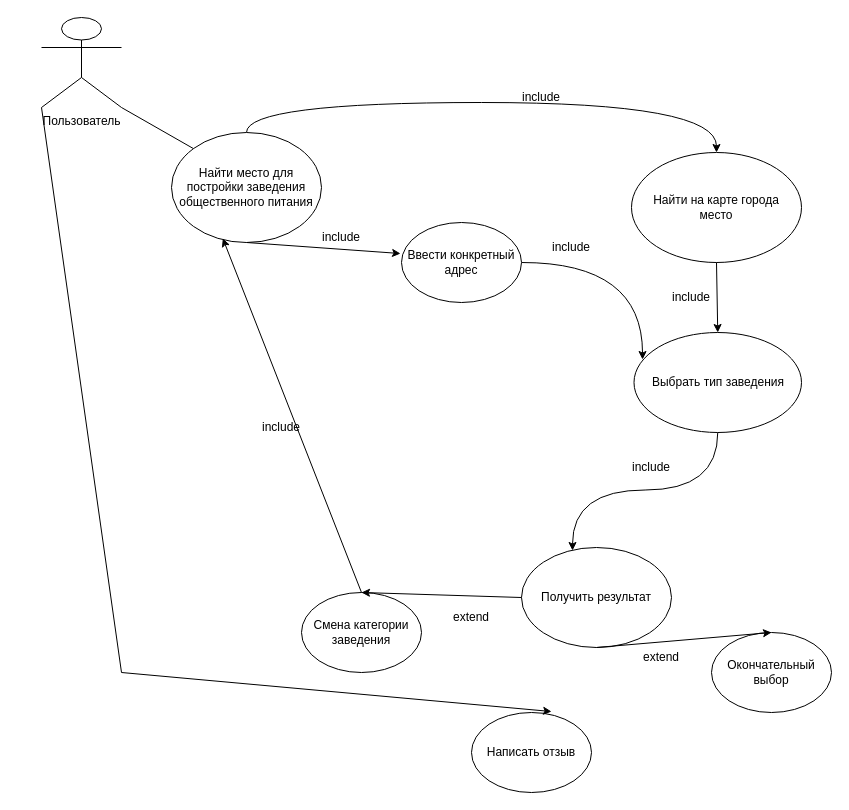
Earlier version of the draw.io diagram use case.drawio (elmirhismatov/Diplom). Source tidied: cells renumbered, new cells numbered last; positions are measured from the earlier drawing's top-left corner, leaving out a move shared by most shapes. Both pictures are drawn from the tidied source at 100%, with x=0, y=0 at pixel (41, 17).
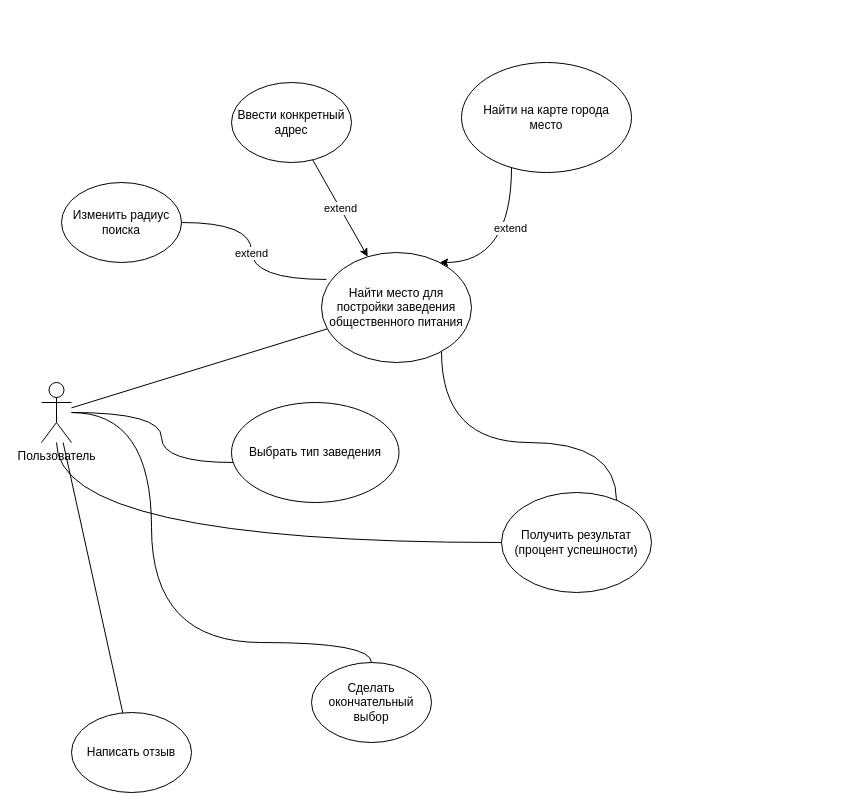
Above is the later version.

Change to the diagram source:
```diff
@@
+    <mxCell id="29" style="edgeStyle=orthogonalEdgeStyle;curved=1;rounded=0;jettySize=auto;html=1;endArrow=none;endFill=0;" parent="1" edge="1" source="2" target="5">
+      <mxGeometry relative="1" as="geometry">
+        <Array as="points">
+          <mxPoint x="120" y="395" />
+          <mxPoint x="120" y="445" />
+        </Array>
+      </mxGeometry>
+    </mxCell>
+    <mxCell id="30" style="edgeStyle=orthogonalEdgeStyle;curved=1;rounded=0;jettySize=auto;html=1;endArrow=none;endFill=0;" parent="1" edge="1" source="2" target="17">
+      <mxGeometry relative="1" as="geometry">
+        <Array as="points">
+          <mxPoint x="110" y="395" />
+          <mxPoint x="110" y="625" />
+        </Array>
+      </mxGeometry>
+    </mxCell>
     <mxCell id="2" value="Пользователь" style="shape=umlActor;verticalLabelPosition=bottom;verticalAlign=top;html=1;outlineConnect=0;" parent="1" vertex="1">
-      <mxGeometry width="80" height="90" as="geometry" />
+      <mxGeometry y="365" width="30" height="60" as="geometry" />
     </mxCell>
     <mxCell id="3" value="Найти на карте города&lt;br&gt;место" style="ellipse;whiteSpace=wrap;html=1;" parent="1" vertex="1">
-      <mxGeometry x="590" y="135" width="170" height="110" as="geometry" />
+      <mxGeometry x="420" y="45" width="170" height="110" as="geometry" />
     </mxCell>
-    <mxCell id="4" style="edgeStyle=orthogonalEdgeStyle;curved=1;rounded=0;jettySize=auto;html=1;entryX=0.34;entryY=0.03;entryDx=0;entryDy=0;entryPerimeter=0;" parent="1" edge="1" source="5" target="14">
-      <mxGeometry relative="1" as="geometry" />
-    </mxCell>
     <mxCell id="5" value="Выбрать тип заведения" style="ellipse;whiteSpace=wrap;html=1;" parent="1" vertex="1">
-      <mxGeometry x="592.5" y="315" width="167.5" height="100" as="geometry" />
+      <mxGeometry x="190" y="385" width="167.5" height="100" as="geometry" />
     </mxCell>
-    <mxCell id="6" style="endArrow=classic;html=1;rounded=0;exitX=0.5;exitY=1;exitDx=0;exitDy=0;entryX=0.5;entryY=0;entryDx=0;entryDy=0;" parent="1" edge="1" source="3" target="5">
-      <mxGeometry relative="1" as="geometry" />
-    </mxCell>
-    <mxCell id="7" value="include" style="text;html=1;strokeColor=none;fillColor=none;align=center;verticalAlign=middle;whiteSpace=wrap;rounded=0;" parent="1" vertex="1">
-      <mxGeometry x="470" y="65" width="60" height="30" as="geometry" />
-    </mxCell>
-    <mxCell id="8" value="include" style="text;html=1;strokeColor=none;fillColor=none;align=center;verticalAlign=middle;whiteSpace=wrap;rounded=0;" parent="1" vertex="1">
-      <mxGeometry x="620" y="265" width="60" height="30" as="geometry" />
-    </mxCell>
-    <mxCell id="9" style="edgeStyle=orthogonalEdgeStyle;rounded=0;jettySize=auto;html=1;curved=1;" parent="1" edge="1" source="10" target="3">
+    <mxCell id="9" style="edgeStyle=orthogonalEdgeStyle;rounded=0;jettySize=auto;html=1;curved=1;" parent="1" edge="1" source="3" target="10">
       <mxGeometry relative="1" as="geometry">
         <Array as="points">
-          <mxPoint x="675" y="85" />
+          <mxPoint x="470" y="245" />
         </Array>
       </mxGeometry>
     </mxCell>
+    <mxCell id="31" value="extend" style="edgeLabel;html=1;align=center;verticalAlign=middle;" parent="9" vertex="1">
+      <mxGeometry x="-0.28" y="-2" relative="1" as="geometry" />
+    </mxCell>
     <mxCell id="10" value="Найти место для постройки заведения общественного питания" style="ellipse;whiteSpace=wrap;html=1;" parent="1" vertex="1">
-      <mxGeometry x="130" y="115" width="150" height="110" as="geometry" />
+      <mxGeometry x="280" y="235" width="150" height="110" as="geometry" />
     </mxCell>
-    <mxCell id="11" style="edgeStyle=orthogonalEdgeStyle;curved=1;rounded=0;jettySize=auto;html=1;entryX=0.051;entryY=0.27;entryDx=0;entryDy=0;entryPerimeter=0;" parent="1" edge="1" source="12" target="5">
-      <mxGeometry relative="1" as="geometry" />
-    </mxCell>
     <mxCell id="12" value="Ввести конкретный адрес" style="ellipse;whiteSpace=wrap;html=1;" parent="1" vertex="1">
-      <mxGeometry x="360" y="205" width="120" height="80" as="geometry" />
+      <mxGeometry x="190" y="65" width="120" height="80" as="geometry" />
     </mxCell>
-    <mxCell id="13" style="endArrow=classic;html=1;rounded=0;exitX=0.5;exitY=1;exitDx=0;exitDy=0;entryX=-0.008;entryY=0.388;entryDx=0;entryDy=0;entryPerimeter=0;" parent="1" edge="1" source="10" target="12">
+    <mxCell id="13" value="extend" style="endArrow=classic;html=1;rounded=0;" parent="1" edge="1" source="12" target="10">
       <mxGeometry relative="1" as="geometry" />
     </mxCell>
+    <mxCell id="32" style="edgeStyle=orthogonalEdgeStyle;curved=1;rounded=0;jettySize=auto;html=1;endArrow=none;endFill=0;" parent="1" edge="1" source="14" target="10">
+      <mxGeometry relative="1" as="geometry">
+        <Array as="points">
+          <mxPoint x="575" y="425" />
+          <mxPoint x="400" y="425" />
+        </Array>
+      </mxGeometry>
+    </mxCell>
+    <mxCell id="33" style="edgeStyle=orthogonalEdgeStyle;curved=1;rounded=0;jettySize=auto;html=1;endArrow=none;endFill=0;" parent="1" edge="1" source="14" target="2">
+      <mxGeometry relative="1" as="geometry" />
+    </mxCell>
-    <mxCell id="14" value="Получить результат" style="ellipse;whiteSpace=wrap;html=1;" parent="1" vertex="1">
-      <mxGeometry x="480" y="530" width="150" height="100" as="geometry" />
+    <mxCell id="14" value="Получить результат &lt;br&gt;(процент успешности)" style="ellipse;whiteSpace=wrap;html=1;" parent="1" vertex="1">
+      <mxGeometry x="460" y="475" width="150" height="100" as="geometry" />
     </mxCell>
-    <mxCell id="15" value="Смена категории заведения" style="ellipse;whiteSpace=wrap;html=1;" parent="1" vertex="1">
-      <mxGeometry x="260" y="575" width="120" height="80" as="geometry" />
-    </mxCell>
-    <mxCell id="16" style="endArrow=classic;html=1;rounded=0;exitX=0;exitY=0.5;exitDx=0;exitDy=0;entryX=0.5;entryY=0;entryDx=0;entryDy=0;" parent="1" edge="1" source="14" target="15">
-      <mxGeometry relative="1" as="geometry" />
-    </mxCell>
-    <mxCell id="17" value="Окончательный выбор" style="ellipse;whiteSpace=wrap;html=1;" parent="1" vertex="1">
-      <mxGeometry x="670" y="615" width="120" height="80" as="geometry" />
+    <mxCell id="17" value="Сделать окончательный выбор" style="ellipse;whiteSpace=wrap;html=1;" parent="1" vertex="1">
+      <mxGeometry x="270" y="645" width="120" height="80" as="geometry" />
     </mxCell>
-    <mxCell id="18" style="endArrow=classic;html=1;rounded=0;exitX=0.5;exitY=1;exitDx=0;exitDy=0;entryX=0.5;entryY=0;entryDx=0;entryDy=0;" parent="1" edge="1" source="14" target="17">
-      <mxGeometry relative="1" as="geometry" />
-    </mxCell>
-    <mxCell id="19" style="endArrow=classic;html=1;rounded=0;exitX=0.5;exitY=0;exitDx=0;exitDy=0;entryX=0.342;entryY=0.963;entryDx=0;entryDy=0;entryPerimeter=0;" parent="1" edge="1" source="15" target="10">
-      <mxGeometry relative="1" as="geometry" />
-    </mxCell>
-    <mxCell id="20" value="include" style="text;html=1;strokeColor=none;fillColor=none;align=center;verticalAlign=middle;whiteSpace=wrap;rounded=0;" parent="1" vertex="1">
-      <mxGeometry x="270" y="205" width="60" height="30" as="geometry" />
-    </mxCell>
-    <mxCell id="21" value="extend" style="text;html=1;strokeColor=none;fillColor=none;align=center;verticalAlign=middle;whiteSpace=wrap;rounded=0;" parent="1" vertex="1">
-      <mxGeometry x="400" y="585" width="60" height="30" as="geometry" />
-    </mxCell>
-    <mxCell id="22" value="include" style="text;html=1;strokeColor=none;fillColor=none;align=center;verticalAlign=middle;whiteSpace=wrap;rounded=0;" parent="1" vertex="1">
-      <mxGeometry x="580" y="435" width="60" height="30" as="geometry" />
-    </mxCell>
-    <mxCell id="23" value="include" style="text;html=1;strokeColor=none;fillColor=none;align=center;verticalAlign=middle;whiteSpace=wrap;rounded=0;" parent="1" vertex="1">
-      <mxGeometry x="210" y="395" width="60" height="30" as="geometry" />
-    </mxCell>
-    <mxCell id="24" value="extend" style="text;html=1;strokeColor=none;fillColor=none;align=center;verticalAlign=middle;whiteSpace=wrap;rounded=0;" parent="1" vertex="1">
-      <mxGeometry x="590" y="625" width="60" height="30" as="geometry" />
-    </mxCell>
-    <mxCell id="25" value="include" style="text;html=1;strokeColor=none;fillColor=none;align=center;verticalAlign=middle;whiteSpace=wrap;rounded=0;" parent="1" vertex="1">
-      <mxGeometry x="500" y="215" width="60" height="30" as="geometry" />
-    </mxCell>
-    <mxCell id="26" style="endArrow=none;html=1;rounded=0;entryX=0;entryY=0;entryDx=0;entryDy=0;exitX=1;exitY=1;exitDx=0;exitDy=0;exitPerimeter=0;" parent="1" edge="1" source="2" target="10">
+    <mxCell id="26" style="endArrow=none;html=1;rounded=0;" parent="1" edge="1" source="2" target="10">
       <mxGeometry relative="1" as="geometry" />
     </mxCell>
     <mxCell id="27" value="Написать отзыв" style="ellipse;whiteSpace=wrap;html=1;" parent="1" vertex="1">
-      <mxGeometry x="430" y="695" width="120" height="80" as="geometry" />
+      <mxGeometry x="30" y="695" width="120" height="80" as="geometry" />
     </mxCell>
-    <mxCell id="28" style="endArrow=classic;html=1;rounded=0;exitX=0;exitY=1;exitDx=0;exitDy=0;exitPerimeter=0;entryX=0.667;entryY=-0.012;entryDx=0;entryDy=0;entryPerimeter=0;" parent="1" edge="1" source="2" target="27">
-      <mxGeometry relative="1" as="geometry">
-        <Array as="points">
-          <mxPoint x="80" y="655" />
-        </Array>
-      </mxGeometry>
+    <mxCell id="28" style="endArrow=none;html=1;rounded=0;endFill=0;" parent="1" edge="1" source="2" target="27">
+      <mxGeometry relative="1" as="geometry" />
     </mxCell>
+    <mxCell id="34" value="extend" style="edgeStyle=orthogonalEdgeStyle;curved=1;rounded=0;jettySize=auto;html=1;entryX=0.033;entryY=0.245;entryDx=0;entryDy=0;entryPerimeter=0;endArrow=none;endFill=0;" parent="1" edge="1" source="35" target="10">
+      <mxGeometry relative="1" as="geometry" />
+    </mxCell>
+    <mxCell id="35" value="Изменить радиус поиска" style="ellipse;whiteSpace=wrap;html=1;" parent="1" vertex="1">
+      <mxGeometry x="20" y="165" width="120" height="80" as="geometry" />
+    </mxCell>
```
